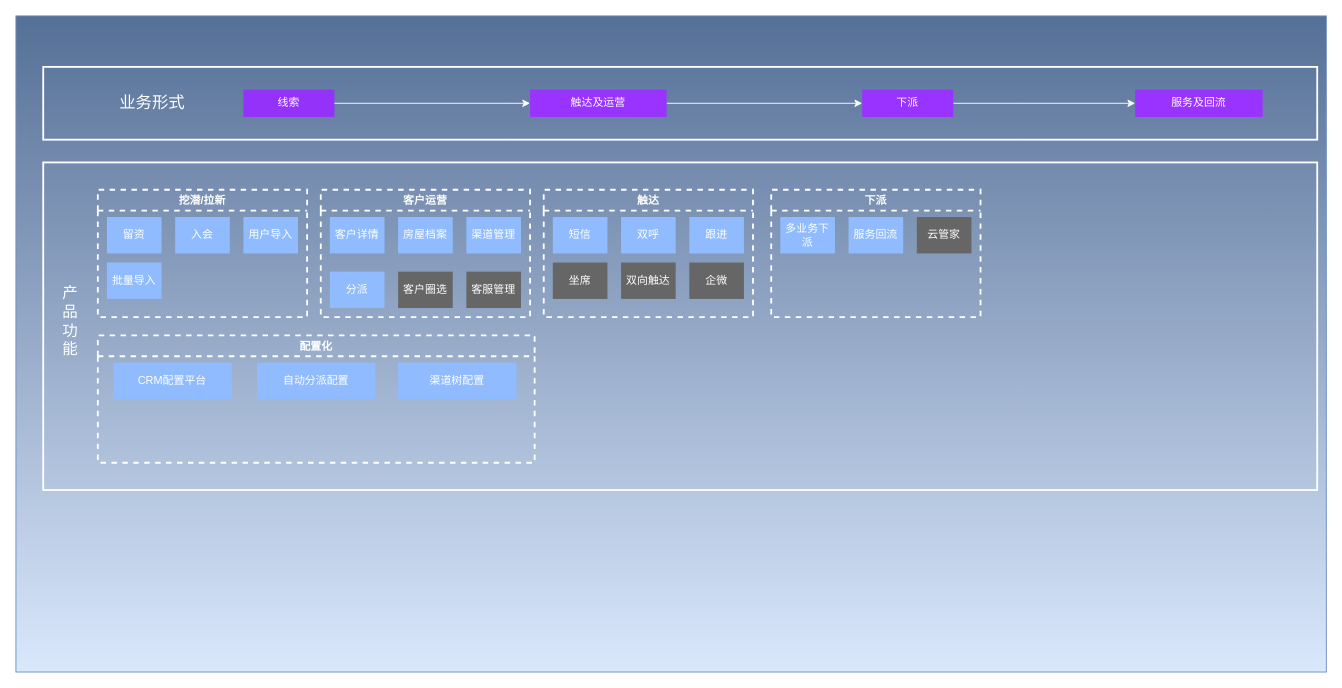
Earlier version of the draw.io diagram 业务大图.drawio (tunshiyu/tunshiyu). Source tidied: cells renumbered, new cells numbered last; positions are measured from the earlier drawing's top-left corner, leaving out a move shared by most shapes. Both pictures are drawn from the tidied source at 91%, with x=0, y=0 at pixel (15, 15).
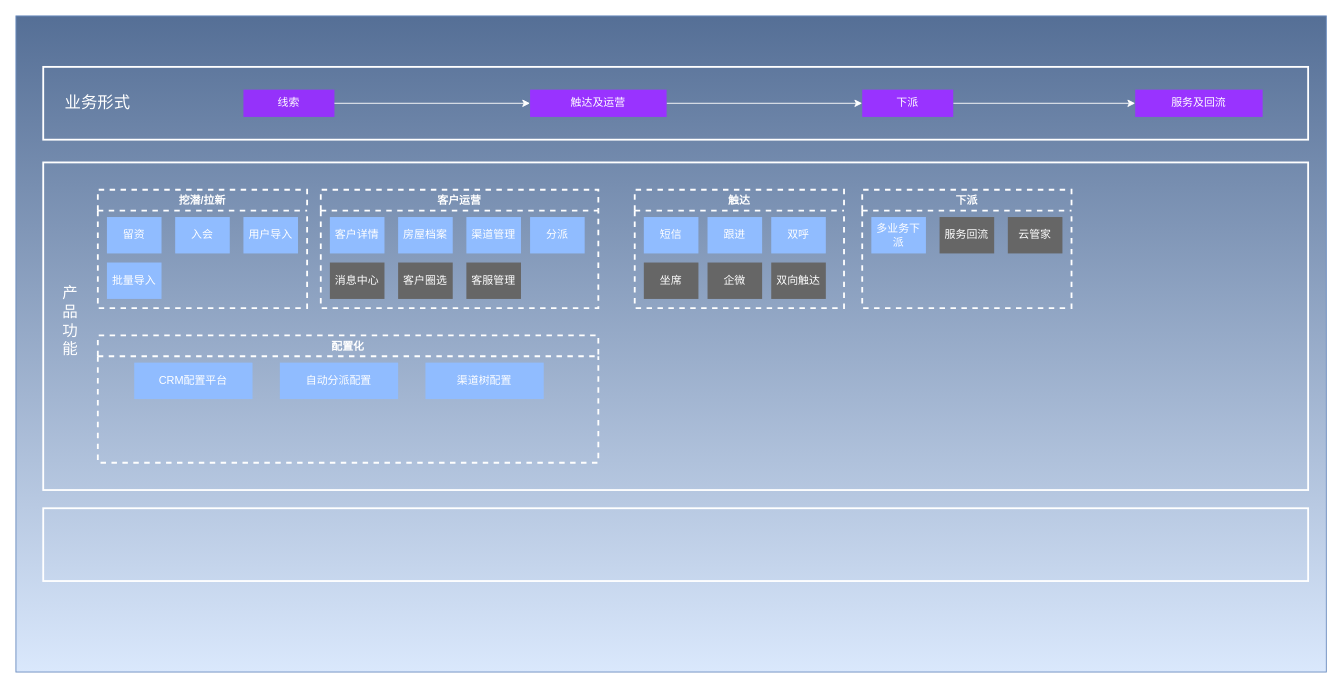
The same page after the edit.

Commit message:
更新业务大图.drawio

The edit, as a diff of the source:
```diff
@@
     <mxCell id="3" style="rounded=0;whiteSpace=wrap;html=1;strokeColor=#FFFFFF;fillColor=none;strokeWidth=2;" parent="1" vertex="1">
-      <mxGeometry x="30" y="56" width="1400" height="80" as="geometry" />
+      <mxGeometry x="30" y="56" width="1390" height="80" as="geometry" />
     </mxCell>
     <mxCell id="4" value="&lt;font color=&quot;#ffffff&quot; style=&quot;font-size: 18px&quot;&gt;业务形式&lt;/font&gt;" style="text;html=1;strokeColor=none;fillColor=none;align=center;verticalAlign=middle;whiteSpace=wrap;rounded=0;dashed=1;" parent="1" vertex="1">
-      <mxGeometry x="80" y="86" width="140" height="20" as="geometry" />
+      <mxGeometry x="20" y="86" width="140" height="20" as="geometry" />
     </mxCell>
     <mxCell id="5" style="rounded=0;whiteSpace=wrap;html=1;strokeWidth=2;gradientDirection=north;fillColor=none;strokeColor=#FFFFFF;" parent="1" vertex="1">
-      <mxGeometry x="30" y="161" width="1400" height="360" as="geometry" />
+      <mxGeometry x="30" y="161" width="1390" height="360" as="geometry" />
     </mxCell>
@@
     <mxCell id="14" value="挖潜/拉新" style="swimlane;dashed=1;strokeColor=#FFFFFF;strokeWidth=2;fillColor=none;gradientColor=#ffffff;gradientDirection=north;startSize=23;fontColor=#FFFFFF;" parent="1" vertex="1">
-      <mxGeometry x="90" y="191" width="230" height="140" as="geometry" />
+      <mxGeometry x="90" y="191" width="230" height="130" as="geometry" />
     </mxCell>
@@
     <mxCell id="19" value="客户运营" style="swimlane;dashed=1;strokeColor=#FFFFFF;strokeWidth=2;fillColor=none;gradientColor=#ffffff;gradientDirection=north;fontColor=#FFFFFF;" parent="1" vertex="1">
-      <mxGeometry x="335" y="191" width="230" height="140" as="geometry" />
+      <mxGeometry x="335" y="191" width="305" height="130" as="geometry" />
     </mxCell>
@@
     <mxCell id="23" value="分派" style="rounded=0;whiteSpace=wrap;html=1;dashed=1;strokeColor=none;strokeWidth=2;fillColor=#90BCFF;gradientDirection=north;fontColor=#FFFFFF;" parent="19" vertex="1">
-      <mxGeometry x="10" y="90" width="60" height="40" as="geometry" />
+      <mxGeometry x="230" y="30" width="60" height="40" as="geometry" />
     </mxCell>
     <mxCell id="24" value="客户圈选" style="rounded=0;whiteSpace=wrap;html=1;dashed=1;strokeColor=none;strokeWidth=2;fillColor=#666666;gradientDirection=north;fontColor=#FFFFFF;" parent="19" vertex="1">
-      <mxGeometry x="85" y="90" width="60" height="40" as="geometry" />
+      <mxGeometry x="85" y="80" width="60" height="40" as="geometry" />
     </mxCell>
     <mxCell id="25" value="客服管理" style="rounded=0;whiteSpace=wrap;html=1;dashed=1;strokeColor=none;strokeWidth=2;fillColor=#666666;gradientDirection=north;fontColor=#FFFFFF;" parent="19" vertex="1">
-      <mxGeometry x="160" y="90" width="60" height="40" as="geometry" />
+      <mxGeometry x="160" y="80" width="60" height="40" as="geometry" />
     </mxCell>
+    <mxCell id="41" value="消息中心" style="rounded=0;whiteSpace=wrap;html=1;dashed=1;strokeColor=none;strokeWidth=2;fillColor=#666666;gradientDirection=north;fontColor=#FFFFFF;" parent="19" vertex="1">
+      <mxGeometry x="10" y="80" width="60" height="40" as="geometry" />
+    </mxCell>
     <mxCell id="26" value="下派" style="swimlane;dashed=1;strokeColor=#FFFFFF;strokeWidth=2;fillColor=none;gradientColor=#ffffff;gradientDirection=north;fontColor=#FFFFFF;" parent="1" vertex="1">
-      <mxGeometry x="830" y="191" width="230" height="140" as="geometry" />
+      <mxGeometry x="930" y="191" width="230" height="130" as="geometry" />
     </mxCell>
@@
-    <mxCell id="28" value="服务回流" style="rounded=0;whiteSpace=wrap;html=1;dashed=1;strokeColor=none;strokeWidth=2;fillColor=#90BCFF;gradientDirection=north;fontColor=#FFFFFF;" parent="26" vertex="1">
+    <mxCell id="28" value="服务回流" style="rounded=0;whiteSpace=wrap;html=1;dashed=1;strokeColor=none;strokeWidth=2;fillColor=#666666;gradientDirection=north;fontColor=#FFFFFF;" parent="26" vertex="1">
       <mxGeometry x="85" y="30" width="60" height="40" as="geometry" />
     </mxCell>
@@
     <mxCell id="30" value="触达" style="swimlane;dashed=1;strokeColor=#FFFFFF;strokeWidth=2;fillColor=none;gradientColor=#ffffff;gradientDirection=north;fontColor=#FFFFFF;" parent="1" vertex="1">
-      <mxGeometry x="580" y="191" width="230" height="140" as="geometry" />
+      <mxGeometry x="680" y="191" width="230" height="130" as="geometry" />
     </mxCell>
@@
     <mxCell id="32" value="双呼" style="rounded=0;whiteSpace=wrap;html=1;dashed=1;strokeColor=none;strokeWidth=2;fillColor=#90BCFF;gradientDirection=north;fontColor=#FFFFFF;" parent="30" vertex="1">
-      <mxGeometry x="85" y="30" width="60" height="40" as="geometry" />
+      <mxGeometry x="150" y="30" width="60" height="40" as="geometry" />
     </mxCell>
@@
     <mxCell id="34" value="双向触达" style="rounded=0;whiteSpace=wrap;html=1;dashed=1;strokeColor=none;strokeWidth=2;fillColor=#666666;gradientDirection=north;fontColor=#FFFFFF;" parent="30" vertex="1">
-      <mxGeometry x="85" y="80" width="60" height="40" as="geometry" />
+      <mxGeometry x="150" y="80" width="60" height="40" as="geometry" />
     </mxCell>
+    <mxCell id="36" value="跟进" style="rounded=0;whiteSpace=wrap;html=1;dashed=1;strokeColor=none;strokeWidth=2;fillColor=#90BCFF;gradientDirection=north;fontColor=#FFFFFF;" parent="30" vertex="1">
+      <mxGeometry x="80" y="30" width="60" height="40" as="geometry" />
+    </mxCell>
     <mxCell id="35" value="企微" style="rounded=0;whiteSpace=wrap;html=1;dashed=1;strokeColor=none;strokeWidth=2;fillColor=#666666;gradientDirection=north;fontColor=#FFFFFF;" parent="1" vertex="1">
-      <mxGeometry x="740" y="271" width="60" height="40" as="geometry" />
+      <mxGeometry x="760" y="271" width="60" height="40" as="geometry" />
     </mxCell>
-    <mxCell id="36" value="跟进" style="rounded=0;whiteSpace=wrap;html=1;dashed=1;strokeColor=none;strokeWidth=2;fillColor=#90BCFF;gradientDirection=north;fontColor=#FFFFFF;" parent="1" vertex="1">
-      <mxGeometry x="740" y="221" width="60" height="40" as="geometry" />
-    </mxCell>
     <mxCell id="37" value="配置化" style="swimlane;dashed=1;strokeColor=#FFFFFF;strokeWidth=2;fillColor=none;gradientColor=#ffffff;gradientDirection=north;fontColor=#FFFFFF;" parent="1" vertex="1">
-      <mxGeometry x="90" y="351" width="480" height="140" as="geometry" />
+      <mxGeometry x="90" y="351" width="550" height="140" as="geometry" />
     </mxCell>
     <mxCell id="38" value="CRM配置平台" style="rounded=0;whiteSpace=wrap;html=1;dashed=1;strokeColor=none;strokeWidth=2;fillColor=#90BCFF;gradientDirection=north;fontColor=#FFFFFF;" parent="37" vertex="1">
-      <mxGeometry x="17" y="30" width="130" height="40" as="geometry" />
+      <mxGeometry x="40" y="30" width="130" height="40" as="geometry" />
     </mxCell>
     <mxCell id="39" value="自动分派配置" style="rounded=0;whiteSpace=wrap;html=1;dashed=1;strokeColor=none;strokeWidth=2;fillColor=#90BCFF;gradientDirection=north;fontColor=#FFFFFF;" parent="37" vertex="1">
-      <mxGeometry x="175" y="30" width="130" height="40" as="geometry" />
+      <mxGeometry x="200" y="30" width="130" height="40" as="geometry" />
     </mxCell>
-    <mxCell id="40" value="渠道树配置" style="rounded=0;whiteSpace=wrap;html=1;dashed=1;strokeColor=none;strokeWidth=2;fillColor=#90BCFF;gradientDirection=north;fontColor=#FFFFFF;" parent="1" vertex="1">
-      <mxGeometry x="420" y="381" width="130" height="40" as="geometry" />
+    <mxCell id="40" value="渠道树配置" style="rounded=0;whiteSpace=wrap;html=1;dashed=1;strokeColor=none;strokeWidth=2;fillColor=#90BCFF;gradientDirection=north;fontColor=#FFFFFF;" parent="37" vertex="1">
+      <mxGeometry x="360" y="30" width="130" height="40" as="geometry" />
     </mxCell>
+    <mxCell id="42" style="rounded=0;whiteSpace=wrap;html=1;fillColor=none;strokeColor=#FFFFFF;strokeWidth=2;" parent="1" vertex="1">
+      <mxGeometry x="30" y="541" width="1390" height="80" as="geometry" />
+    </mxCell>
```
